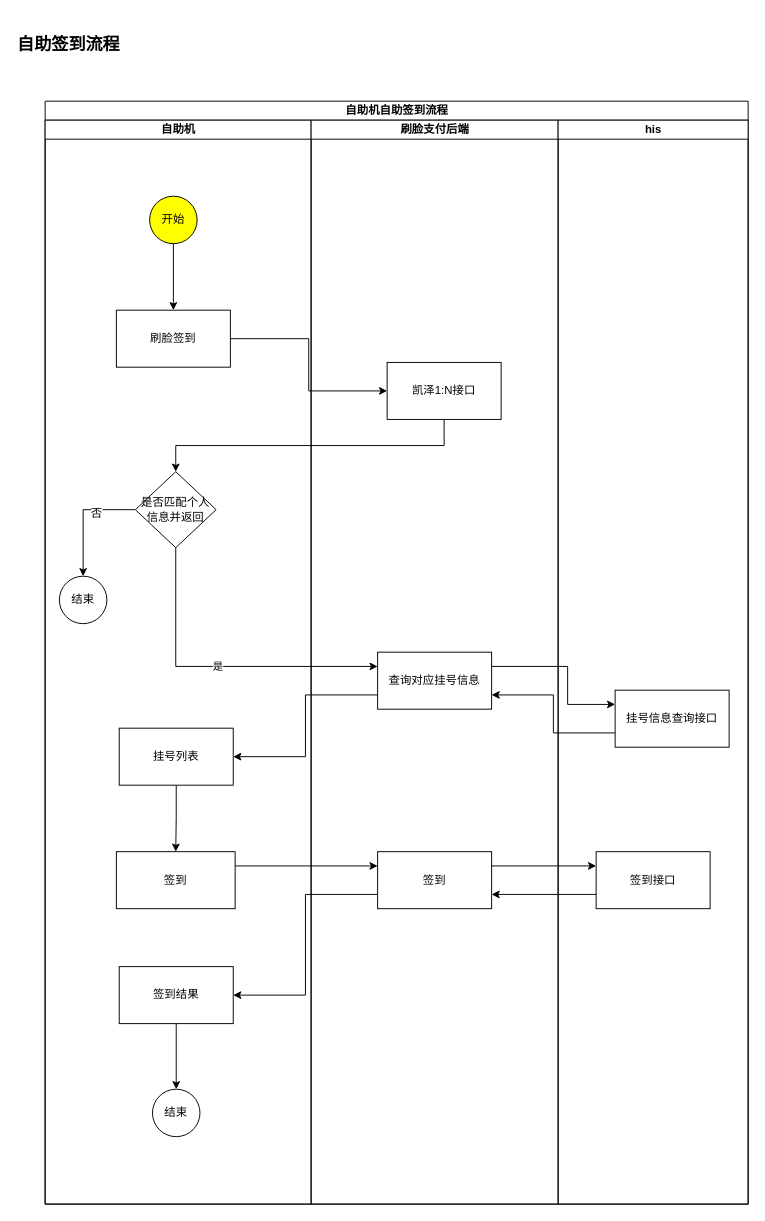
Above: zdpt/自助签到.drawio in zhangwenhuad/visio (draw.io), before the change. Source tidied: cells renumbered, new cells numbered last; positions are measured from the earlier drawing's top-left corner, leaving out a move shared by most shapes. Both pictures are drawn from the tidied source at 95%, with x=0, y=0 at pixel (16, 16).
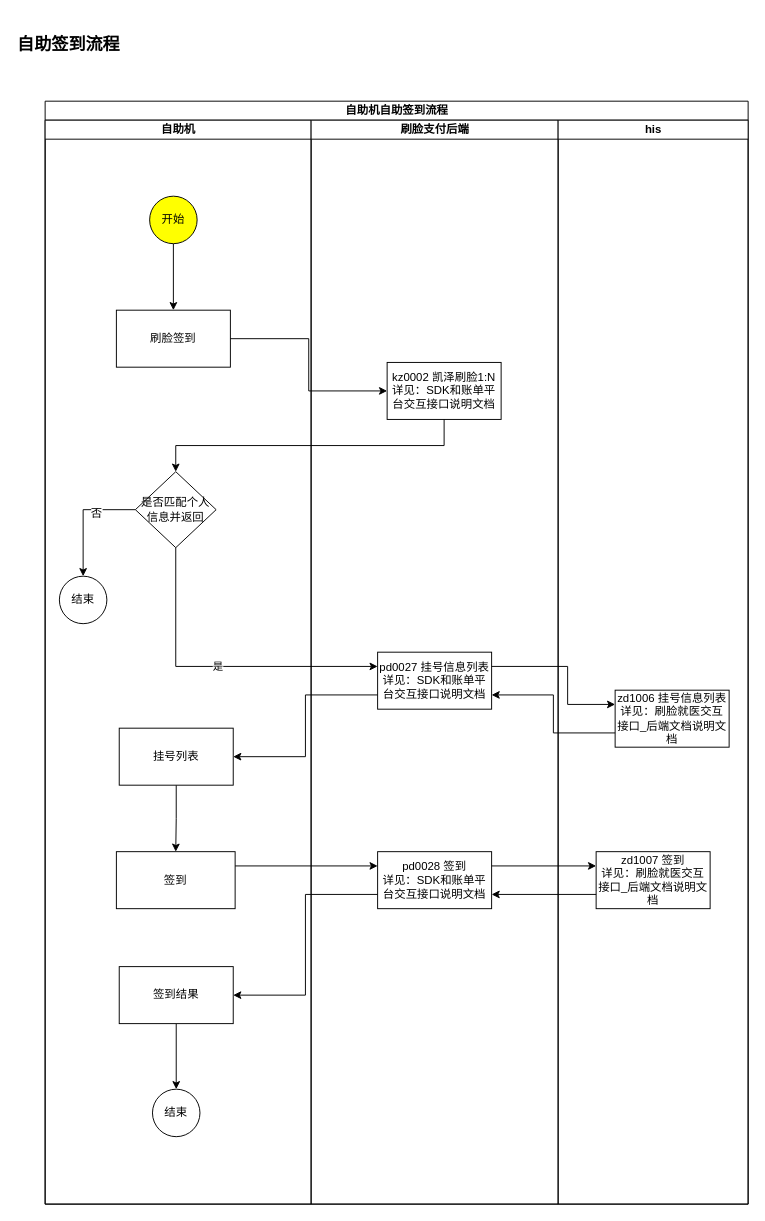
The same diagram, later.

Commit message:
更新自助签到.drawio

Unchanged cells that the change refers to:
```xml
<mxCell id="18" value="刷脸支付后端" style="swimlane;html=1;startSize=20;" parent="3" vertex="1">
  <mxGeometry x="280" y="20" width="260" height="1141" as="geometry" />
</mxCell>
<mxCell id="22" value="his" style="swimlane;html=1;startSize=20;" parent="3" vertex="1">
  <mxGeometry x="540" y="20" width="200" height="1141" as="geometry" />
</mxCell>
```

The edit, as a diff of the source:
```diff
@@
-    <mxCell id="19" value="凯泽1:N接口" style="rounded=0;whiteSpace=wrap;html=1;fillColor=#FFFFFF;" parent="18" vertex="1">
+    <mxCell id="19" value="kz0002 凯泽刷脸1:N&lt;br&gt;详见：SDK和账单平台交互接口说明文档" style="rounded=0;whiteSpace=wrap;html=1;fillColor=#FFFFFF;" parent="18" vertex="1">
       <mxGeometry x="80" y="255" width="120" height="60" as="geometry" />
     </mxCell>
-    <mxCell id="20" value="查询对应挂号信息" style="rounded=0;whiteSpace=wrap;html=1;fillColor=#FFFFFF;" parent="18" vertex="1">
+    <mxCell id="20" value="pd0027&amp;nbsp;&lt;span&gt;挂号信息列表&lt;/span&gt;&lt;br&gt;详见：SDK和账单平台交互接口说明文档" style="rounded=0;whiteSpace=wrap;html=1;fillColor=#FFFFFF;" parent="18" vertex="1">
       <mxGeometry x="70" y="560" width="120" height="60" as="geometry" />
     </mxCell>
-    <mxCell id="21" value="签到" style="rounded=0;whiteSpace=wrap;html=1;fillColor=#FFFFFF;" parent="18" vertex="1">
+    <mxCell id="21" value="pd0028 签到&lt;br&gt;详见：SDK和账单平台交互接口说明文档" style="rounded=0;whiteSpace=wrap;html=1;fillColor=#FFFFFF;" parent="18" vertex="1">
       <mxGeometry x="70" y="770" width="120" height="60" as="geometry" />
     </mxCell>
@@
-    <mxCell id="23" value="挂号信息查询接口" style="rounded=0;whiteSpace=wrap;html=1;fillColor=#FFFFFF;" parent="22" vertex="1">
+    <mxCell id="23" value="zd1006 挂号信息列表&lt;br&gt;详见：刷脸就医交互接口_后端文档说明文档" style="rounded=0;whiteSpace=wrap;html=1;fillColor=#FFFFFF;" parent="22" vertex="1">
       <mxGeometry x="60" y="600" width="120" height="60" as="geometry" />
     </mxCell>
-    <mxCell id="24" value="签到接口" style="rounded=0;whiteSpace=wrap;html=1;fillColor=#FFFFFF;" parent="22" vertex="1">
+    <mxCell id="24" value="zd1007 签到&lt;br&gt;详见：刷脸就医交互接口_后端文档说明文档" style="rounded=0;whiteSpace=wrap;html=1;fillColor=#FFFFFF;" parent="22" vertex="1">
       <mxGeometry x="40" y="770" width="120" height="60" as="geometry" />
     </mxCell>
```
